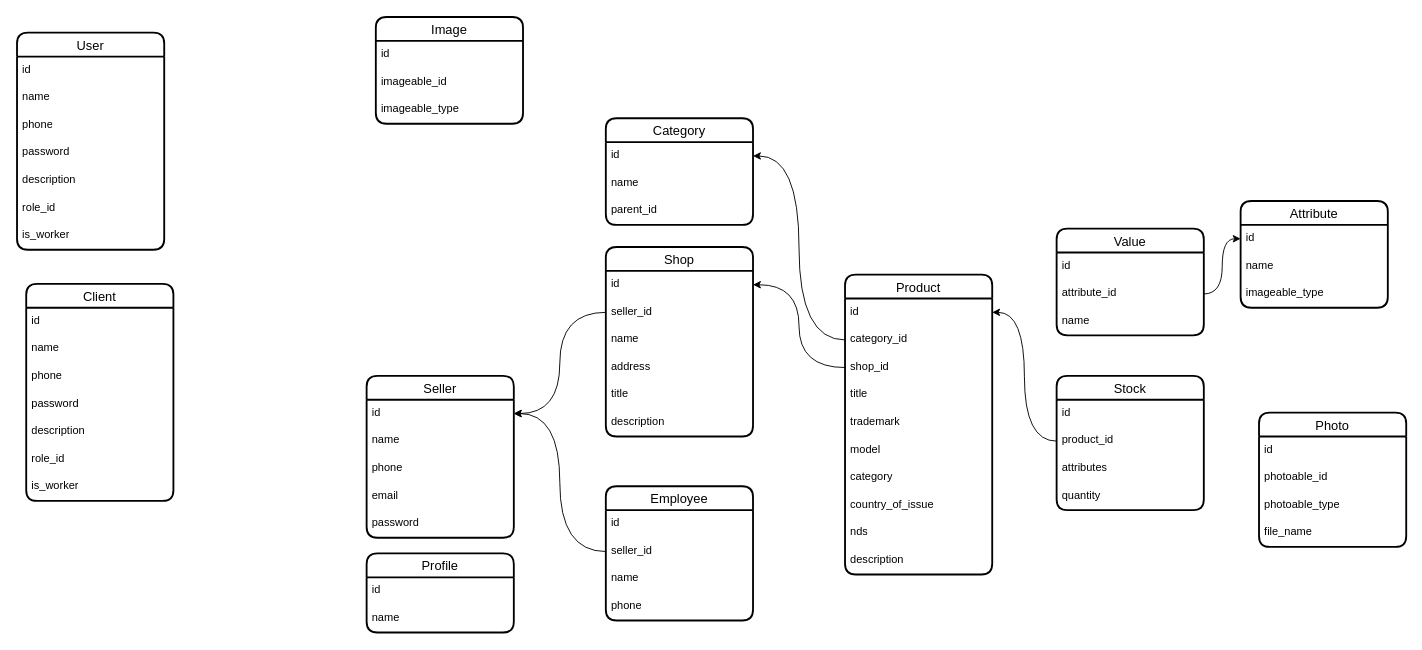
This is karsoft-e-commerce.drawio from iztileuoff/databases, a draw.io file, before an edit. Source tidied: cells renumbered, new cells numbered last; positions are measured from the earlier drawing's top-left corner, leaving out a move shared by most shapes. Both pictures are drawn from the tidied source at 92%, with x=0, y=0 at pixel (17, 17).
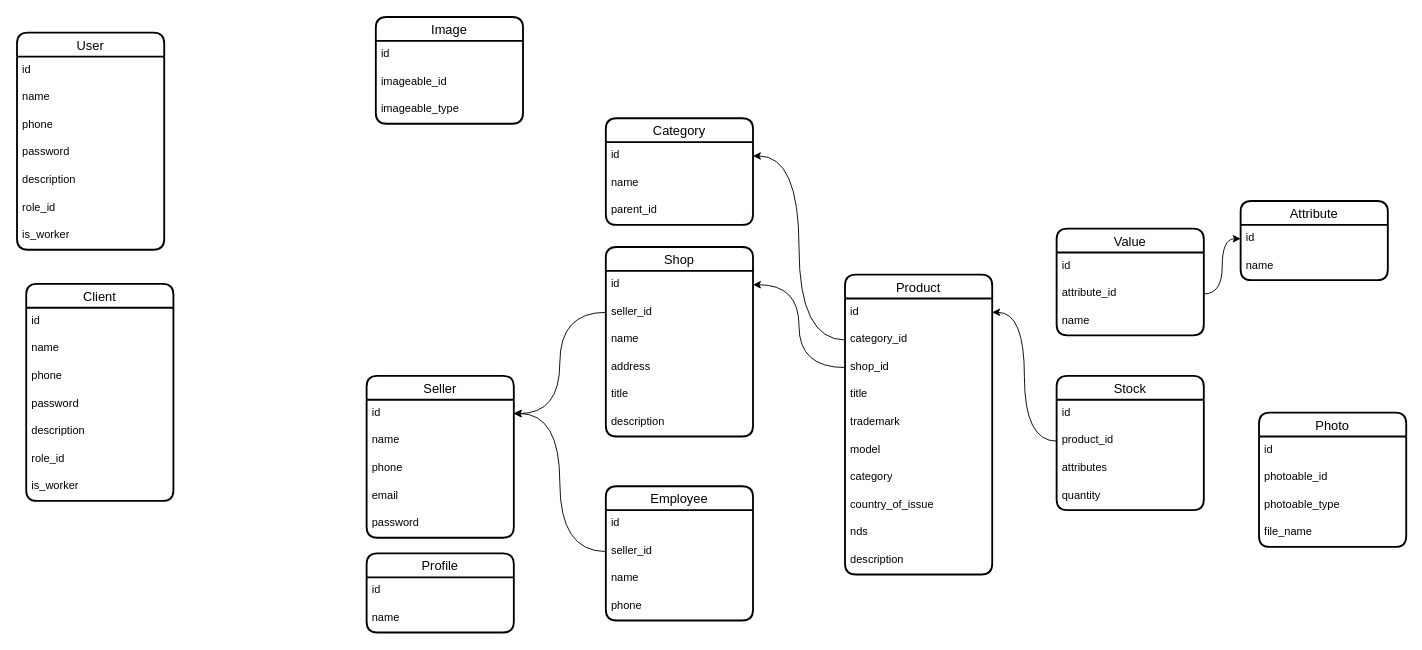
Above is the later version.

The edit, as a diff of the source:
```diff
@@
     <mxCell id="57" value="Attribute" style="swimlane;fontStyle=0;horizontal=1;startSize=26;align=center;fontSize=14;strokeWidth=2;rounded=1;shadow=0;glass=0;swimlaneLine=1;" parent="1" vertex="1">
-      <mxGeometry x="1330" y="200" width="160" height="116" as="geometry" />
+      <mxGeometry x="1330" y="200" width="160" height="86" as="geometry" />
     </mxCell>
@@
-    <mxCell id="60" value="imageable_type" style="text;strokeColor=none;fillColor=none;spacingLeft=4;spacingRight=4;overflow=hidden;fontSize=12;whiteSpace=wrap;html=1;" parent="57" vertex="1">
-      <mxGeometry y="86" width="160" height="30" as="geometry" />
-    </mxCell>
```
